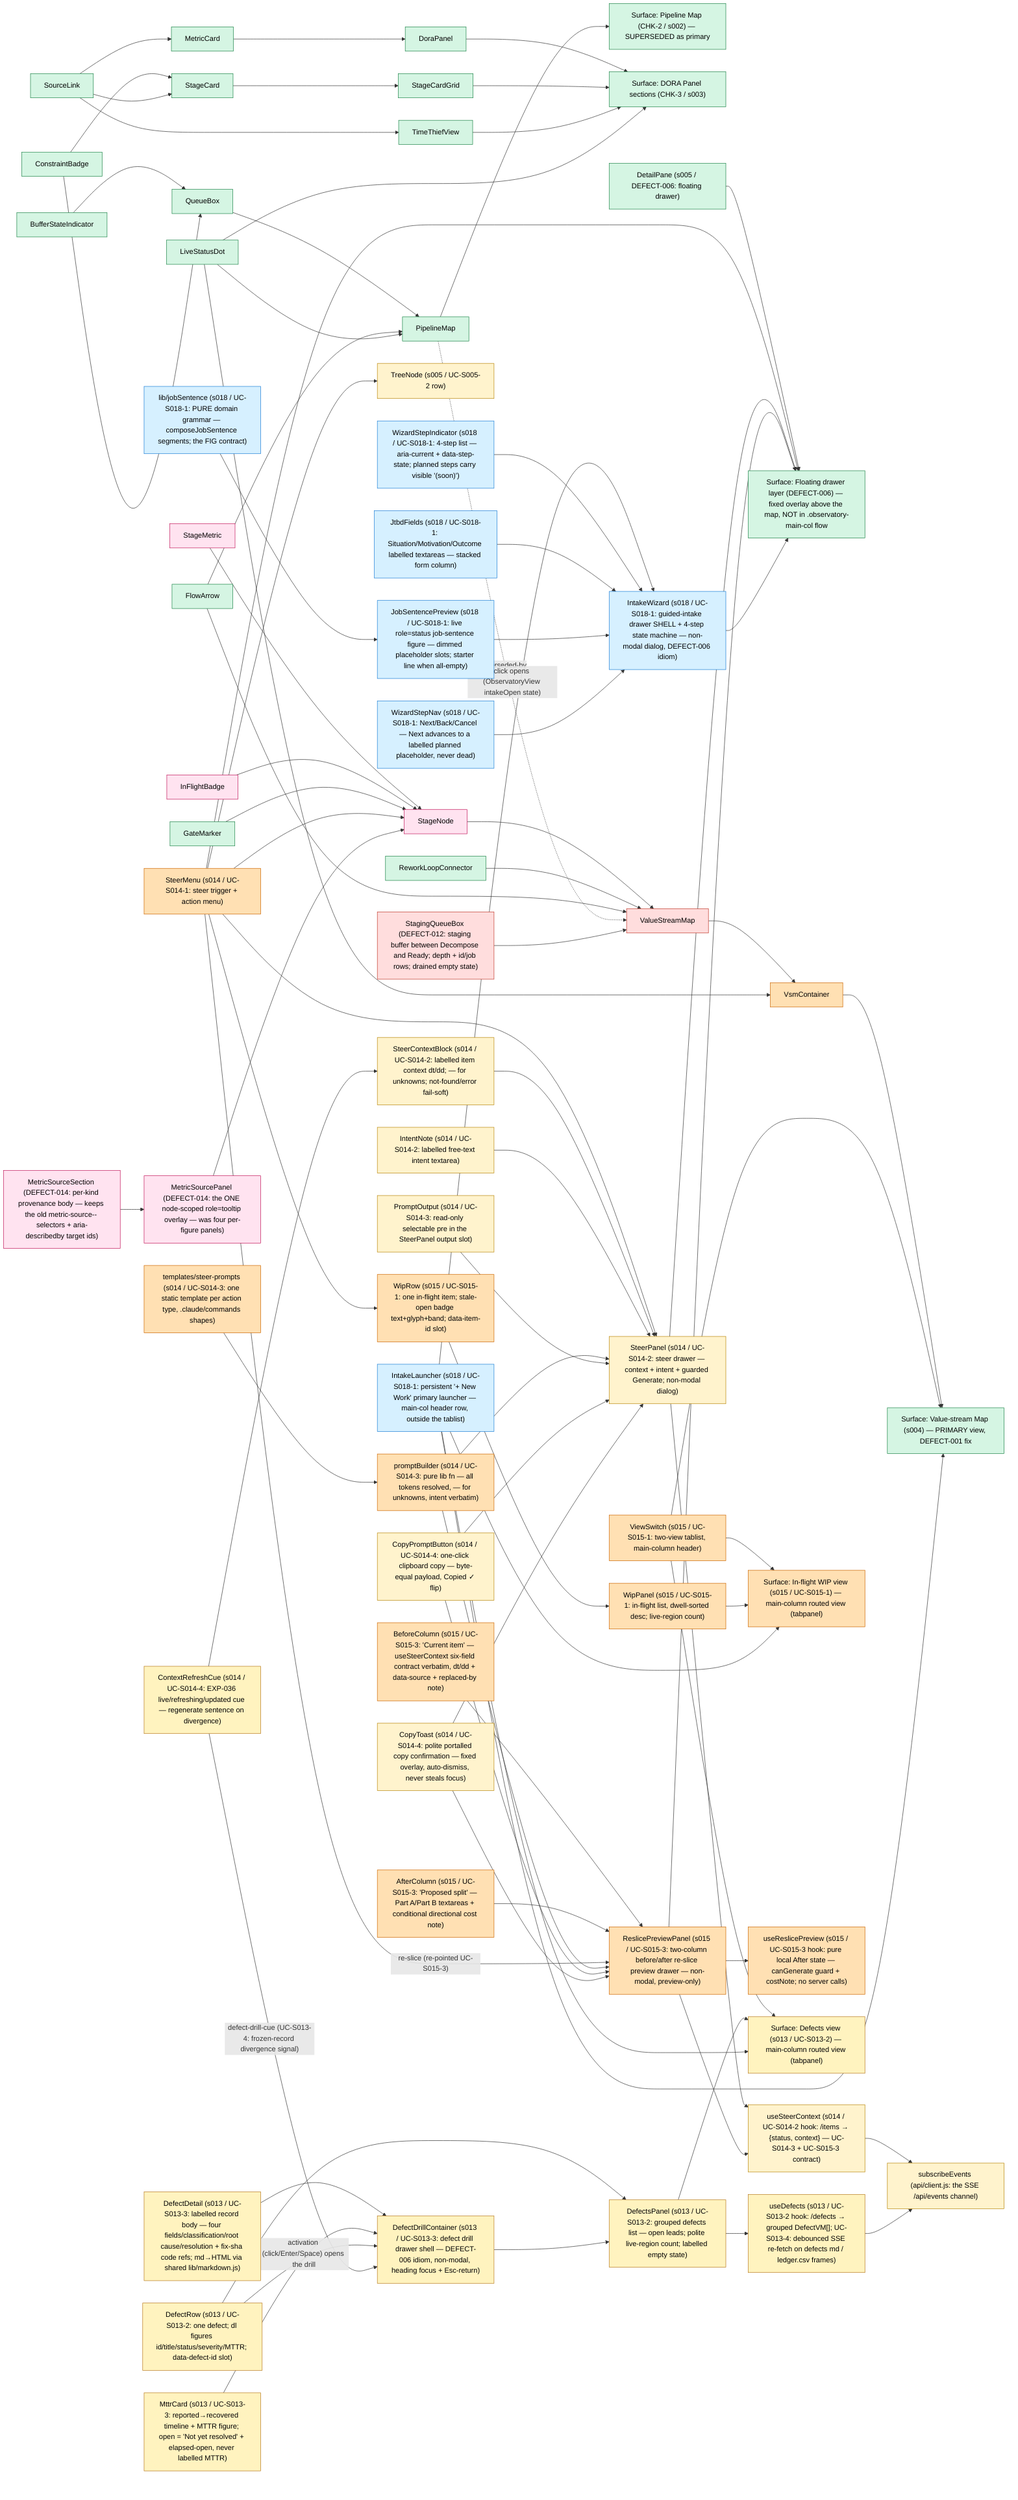
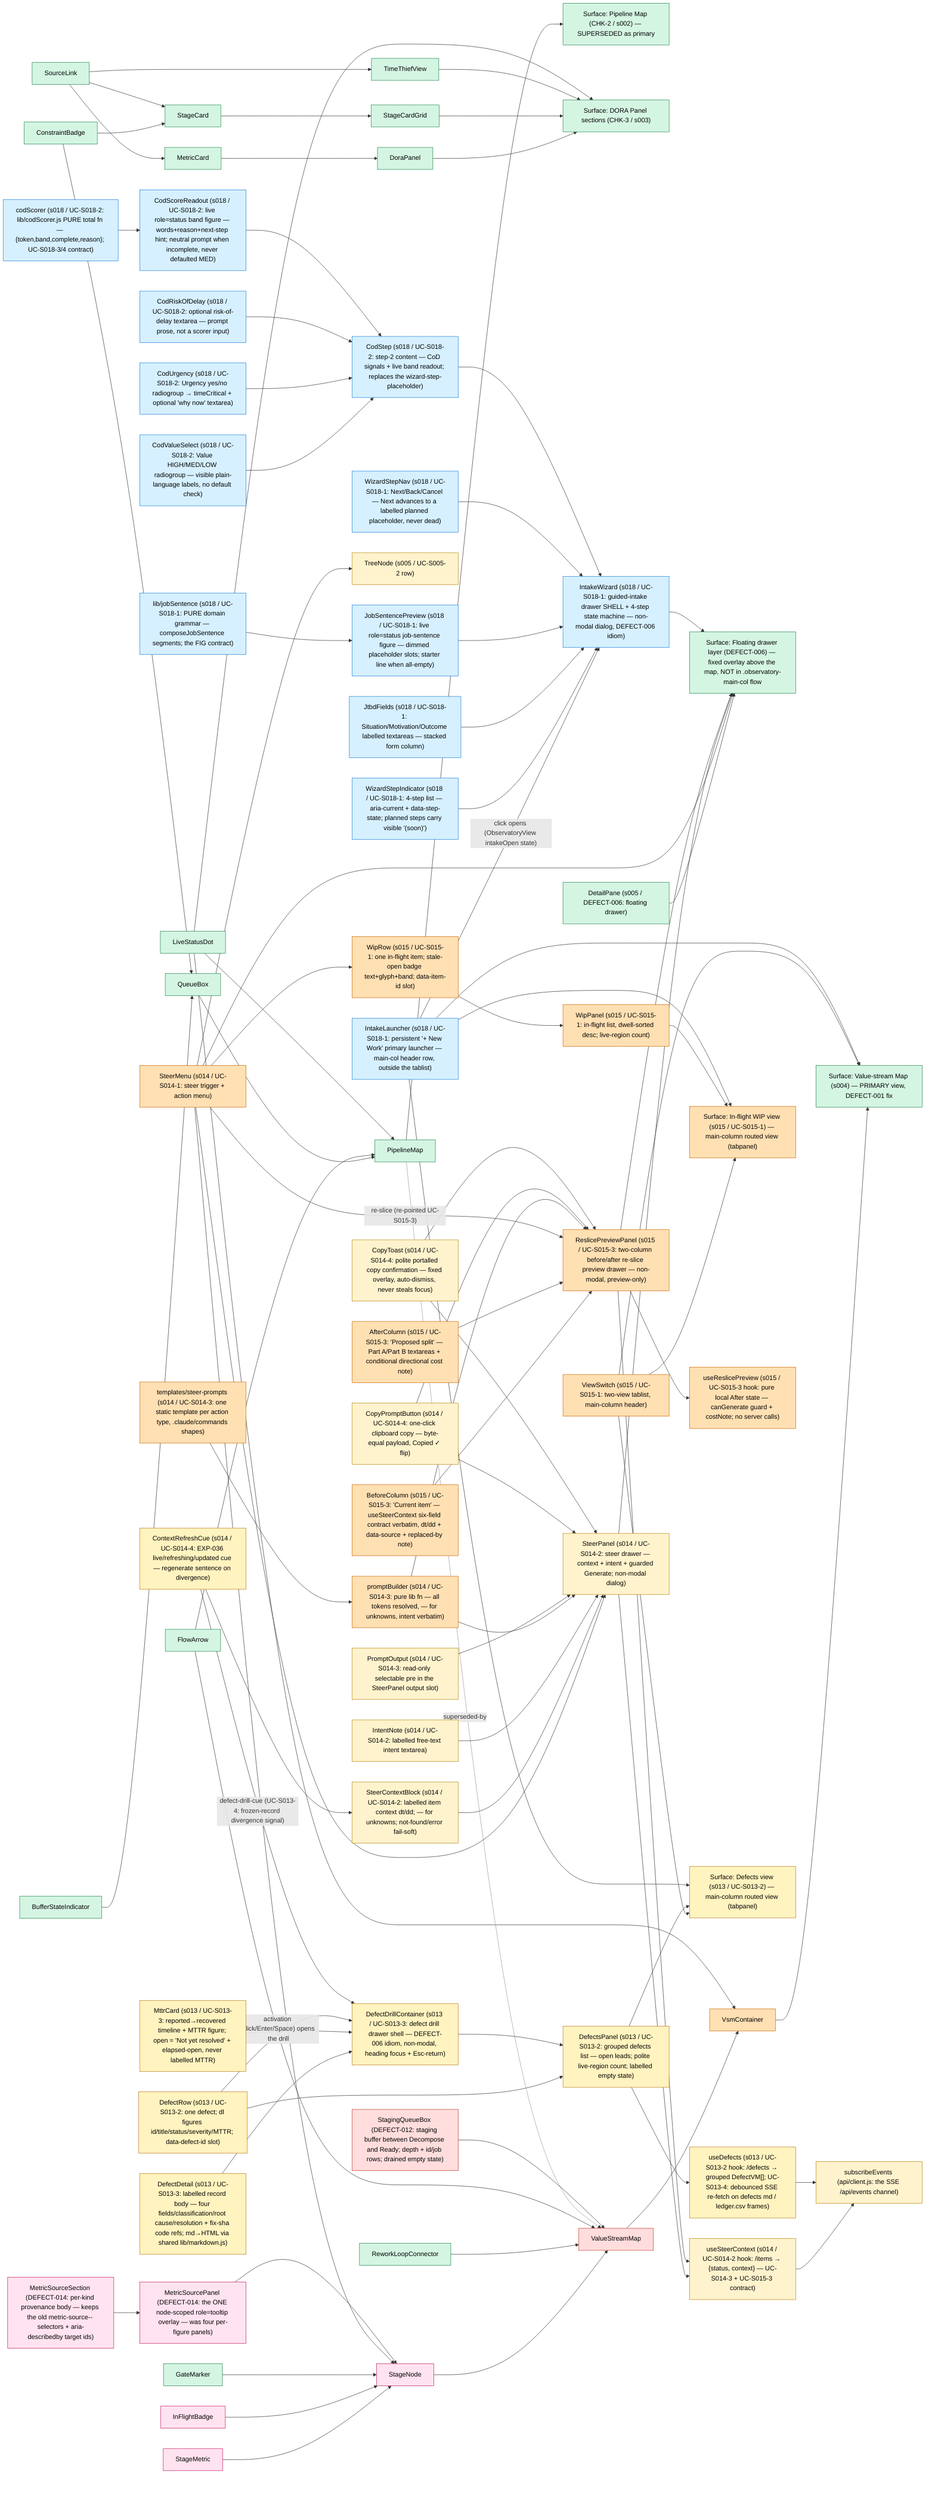
%% Observatory UI change-impact model — design-system components -> surfaces that use them.
%% Owner: ui-designer. Edges = "used by". Nodes/edges added or re-pointed in a commit
%% are marked `class ... changed` in the SAME commit; the tester consumes the marks
%% as the UI test-plan input, then they are cleared at slice delivery.
%% Seeded: s002-pipeline-map (CHK-2) — DELIVERED 2026-06-09T02:22:00Z; all nodes stable.
graph LR
  %% --- surfaces ---
  PipelineMapScreen["Surface: Pipeline Map (CHK-2 / s002) — SUPERSEDED as primary"]
  DoraPanelScreen["Surface: DORA Panel sections (CHK-3 / s003)"]
  ValueStreamScreen["Surface: Value-stream Map (s004) — PRIMARY view, DEFECT-001 fix"]
  ObservatoryDrawerLayer["Surface: Floating drawer layer (DEFECT-006) — fixed overlay above the map, NOT in .observatory-main-col flow"]

  %% --- design-system components ---
  PipelineMap["PipelineMap"]
  QueueBox["QueueBox"]
  BufferStateIndicator["BufferStateIndicator"]
  ConstraintBadge["ConstraintBadge"]
  FlowArrow["FlowArrow"]
  LiveStatusDot["LiveStatusDot"]
  DoraPanel["DoraPanel"]
  MetricCard["MetricCard"]
  StageCardGrid["StageCardGrid"]
  StageCard["StageCard"]
  TimeThiefView["TimeThiefView"]
  SourceLink["SourceLink"]
  %% s004 value-stream components (DEFECT-001 fix) — mounted as the PRIMARY view
  VsmContainer["VsmContainer"]
  ValueStreamMap["ValueStreamMap"]
  StageNode["StageNode"]
  StageMetric["StageMetric"]
  InFlightBadge["InFlightBadge"]
  GateMarker["GateMarker"]
  ReworkLoopConnector["ReworkLoopConnector"]

  %% --- used-by edges ---
  PipelineMap --> PipelineMapScreen
  QueueBox --> PipelineMap
  BufferStateIndicator --> QueueBox
  ConstraintBadge --> QueueBox
  FlowArrow --> PipelineMap
  LiveStatusDot --> PipelineMap
  %% CHK-3 (s003) used-by edges
  DoraPanel --> DoraPanelScreen
  StageCardGrid --> DoraPanelScreen
  TimeThiefView --> DoraPanelScreen
  MetricCard --> DoraPanel
  StageCard --> StageCardGrid
  ConstraintBadge --> StageCard
  SourceLink --> MetricCard
  SourceLink --> StageCard
  SourceLink --> TimeThiefView
  LiveStatusDot --> DoraPanelScreen
  %% s004 (DEFECT-001) used-by edges — the value-stream map becomes the primary surface.
  %% Runtime routing path: main.jsx mounts VsmContainer (NOT MapContainer) → ValueStreamMap.
  VsmContainer --> ValueStreamScreen
  ValueStreamMap --> VsmContainer
  StageNode --> ValueStreamMap
  StageMetric --> StageNode
  InFlightBadge --> StageNode
  GateMarker --> StageNode
  ReworkLoopConnector --> ValueStreamMap
  FlowArrow --> ValueStreamMap
  LiveStatusDot --> VsmContainer
  %% supersession: PipelineMap is no longer mounted as the primary view (still in tree, tested).
  PipelineMap -. superseded-by .-> ValueStreamMap

  %% DEFECT-006: DetailPane RE-POINTED — was an in-flow sibling of ValueStreamMap inside
  %% .observatory-main-col (reflowed the map); now a position:fixed floating drawer on its
  %% own overlay layer. The re-point is the regression-guard input for the tester (GEO-S005-3b).
  DetailPane["DetailPane (s005 / DEFECT-006: floating drawer)"]
  DetailPane --> ObservatoryDrawerLayer

  %% s014 / UC-S014-1: SteerMenu (NEW) — per-item steer trigger + body-portalled
  %% role=menu popover (4 action types). Composed READ-ONLY into the queue chips
  %% (StageNode) and the tree rows (TreeNode); onSteer(itemId, actionType) prop
  %% slot threads VsmContainer→ValueStreamMap→StageNode and WorkItemTree→TreeNode
  %% (no host logic change). The popover renders on the fixed-overlay layer
  %% (DEFECT-006 discipline) — zero flow height, own stacking context.
  %% NOTE for tester: trigger carries data-steer-item-id (NOT data-item-id — that
  %% stays the treeitem's unique selector); MetricSource reveal panels are now
  %% pointer-events:none so they cannot intercept clicks on the chips' triggers.
  TreeNode["TreeNode (s005 / UC-S005-2 row)"]
  SteerMenu["SteerMenu (s014 / UC-S014-1: steer trigger + action menu)"]
  SteerMenu --> StageNode
  SteerMenu --> TreeNode
  SteerMenu --> ObservatoryDrawerLayer

  %% s014 / UC-S014-2: SteerPanel (NEW) — the right-anchored NON-MODAL steer
  %% drawer the SteerMenu opens (DetailPane drawer IDIOM, not the component):
  %% position:fixed + portalled to document.body, z = --z-drawer + 1 (topmost
  %% over a co-open DetailPane). Regions: header → SteerContextBlock (labelled
  %% dt/dd context, data-source anchor) → IntentNote textarea → guarded
  %% "Generate prompt" (aria-disabled until ≥1 char) → UC-S014-3 output SLOT.
  %% Data: useSteerContext(itemId) fetches the EXISTING /items endpoint
  %% (READ-ONLY; no new route) → {status, context} — the contract UC-S014-3
  %% (promptBuilder) and UC-S015-3 (ReslicePreviewPanel) consume verbatim.
  %% RUNTIME ROUTING for the tester: ObservatoryView now OWNS the steer gesture
  %% — onSteer threads ObservatoryView→WorkItemTreeContainer→WorkItemTree→
  %% TreeNode→SteerMenu AND ObservatoryView→VsmContainer→ValueStreamMap→
  %% StageNode→SteerMenu (UC-S014-1's stub destination is now real); selection
  %% mounts SteerPanelContainer as a layout sibling (body-portalled overlay).
  %% Esc/×/Cancel close → focus RETURNS to the opening steer trigger.
  SteerPanel["SteerPanel (s014 / UC-S014-2: steer drawer — context + intent + guarded Generate; non-modal dialog)"]
  SteerContextBlock["SteerContextBlock (s014 / UC-S014-2: labelled item context dt/dd; — for unknowns; not-found/error fail-soft)"]
  IntentNote["IntentNote (s014 / UC-S014-2: labelled free-text intent textarea)"]
  UseSteerContext["useSteerContext (s014 / UC-S014-2 hook: /items → {status, context} — UC-S014-3 + UC-S015-3 contract)"]
  SteerMenu --> SteerPanel
  SteerPanel --> UseSteerContext
  SteerContextBlock --> SteerPanel
  IntentNote --> SteerPanel
  SteerPanel --> ObservatoryDrawerLayer

  %% s014 / UC-S014-3 THIS commit: promptBuilder (NEW) — PURE lib fn (steer
  %% action type + SteerContext + intent note → filled slash-command prompt;
  %% client-side only, NO server call on Generate). Templates are STATIC
  %% strings, one per action type, shapes matching the committed
  %% .claude/commands (/defect's four REAL fields expected/actual/intent/
  %% importance; /intake priority update; /slice-next re-slice; freeform
  %% custom). RUNTIME ROUTING for the tester: SteerPanelContainer (NOT
  %% ObservatoryView — untouched this UC) owns generation — panel onGenerate →
  %% buildPrompt → `prompt` prop → PromptOutput <pre> rendered INSIDE the
  %% UC-S014-2 reserved slot (prompt-output-slot). Output is SELECTABLE text
  %% (user-select: text); prompt carries item id WITH job sentence + operator
  %% intent VERBATIM, never raw row refs (no sourceRef path / row:N). Copy
  %% button/toast + SSE refresh are UC-S014-4 — pinned ABSENT by
  %% SteerPanelPrompt.test.jsx.
  PromptBuilder["promptBuilder (s014 / UC-S014-3: pure lib fn — all tokens resolved, — for unknowns, intent verbatim)"]
  SteerPromptTemplates["templates/steer-prompts (s014 / UC-S014-3: one static template per action type, .claude/commands shapes)"]
  PromptOutput["PromptOutput (s014 / UC-S014-3: read-only selectable pre in the SteerPanel output slot)"]
  PromptBuilder --> SteerPanel
  SteerPromptTemplates --> PromptBuilder
  PromptOutput --> SteerPanel

  %% s014 / UC-S014-4 THIS commit (part 1 — SSE seam): useSteerContext gains a
  %% DEBOUNCED subscribeEvents → in-place refresh (the useWipItems idiom): a
  %% relevant items.csv change frame re-fetches the context WITHOUT a loading
  %% reset (old context stays displayed; additive `refreshing` flag exposed for
  %% the ContextRefreshCue). Fail-soft without EventSource (jsdom → static).
  %% RUNTIME ROUTING for the tester: the refresh updates the CONTEXT BLOCK ONLY
  %% — prompt state lives in SteerPanelContainer and mutates exclusively on an
  %% explicit Generate press (PROMPT-FREEZE-1).
  SubscribeEvents["subscribeEvents (api/client.js: the SSE /api/events channel)"]
  UseSteerContext --> SubscribeEvents

  %% s014 / UC-S014-4 THIS commit (part 2 — copy + toast + cue; slice FINAL UC):
  %% CopyPromptButton (NEW) — one-click clipboard handoff INSIDE
  %% prompt-output-slot, AFTER the <pre> (tab order prompt → copy); copies the
  %% prompt prop BYTE-EQUAL to the displayed <pre> (PROMPT-COPY-1); label
  %% "Copy prompt" → "Copied ✓" (accessible name matches /copy/i in BOTH
  %% states); failed write shows NO success cue. CopyToast (NEW) — polite
  %% status region (role=status aria-live=polite), portalled to document.body
  %% + position:fixed (zero flow height — GEO-S014-4-1), auto-dismisses after
  %% --dur-toast (ONE new token), never takes focus. ContextRefreshCue (NEW) —
  %% the EXP-036 stale/live cue (LiveStatusDot idiom) on the context block:
  %% live/refreshing/updated; `updated` = "Context updated — regenerate to
  %% refresh the prompt" (the PROMPT-FREEZE-1 divergence signal; cue state is
  %% derived in SteerPanelContainer from `refreshing` + a context snapshot
  %% taken at the last Generate). RUNTIME ROUTING for the tester: SSE frame →
  %% useSteerContext refresh → context block re-renders IN PLACE; prompt state
  %% (SteerPanelContainer) is untouched — only an explicit Generate press
  %% rebuilds it. UC-S014-3's copy/toast ABSENT pins are FLIPPED in this
  %% commit (pin-flip ledger, ui-design.md UC-S014-4).
  CopyPromptButton["CopyPromptButton (s014 / UC-S014-4: one-click clipboard copy — byte-equal payload, Copied ✓ flip)"]
  CopyToast["CopyToast (s014 / UC-S014-4: polite portalled copy confirmation — fixed overlay, auto-dismiss, never steals focus)"]
  ContextRefreshCue["ContextRefreshCue (s014 / UC-S014-4: EXP-036 live/refreshing/updated cue — regenerate sentence on divergence)"]
  CopyPromptButton --> SteerPanel
  CopyToast --> SteerPanel
  ContextRefreshCue --> SteerContextBlock

  %% s015 / UC-S015-1: WIP navigation panel — ROUTED VIEW (EXP-016). ObservatoryView's
  %% main column gains a ViewSwitch tablist ("Pipeline" | "In-flight WIP") that swaps
  %% the column content between VsmContainer (default) and WipPanel. The two surfaces
  %% NEVER co-exist (inactive tabpanel is hidden AND empty → genuinely unmounted), so
  %% there is no overlay-reflow failure mode by construction (GEO-S015-1).
  %% RUNTIME ROUTING CHANGE for the tester: VsmContainer is now mounted CONDITIONALLY
  %% inside the pipeline tabpanel (was: unconditionally in .observatory-main-col) —
  %% GEO-S015-1 pins that switch-away-and-back restores a byte-identical VSM bbox.
  %% WipRow carries data-item-id — the composition slot UC-S015-2's SteerMenu reads.
  WipViewScreen["Surface: In-flight WIP view (s015 / UC-S015-1) — main-column routed view (tabpanel)"]
  ViewSwitch["ViewSwitch (s015 / UC-S015-1: two-view tablist, main-column header)"]
  WipPanel["WipPanel (s015 / UC-S015-1: in-flight list, dwell-sorted desc; live-region count)"]
  WipRow["WipRow (s015 / UC-S015-1: one in-flight item; stale-open badge text+glyph+band; data-item-id slot)"]
  ViewSwitch --> ValueStreamScreen
  ViewSwitch --> WipViewScreen
  WipPanel --> WipViewScreen
  WipRow --> WipPanel

  %% s015 / UC-S015-2 THIS commit: SteerMenu composed READ-ONLY into WipRow as the
  %% trailing row element (the TreeNode/StageNode idiom; trigger rides
  %% data-steer-item-id, the row keeps data-item-id unique). RUNTIME ROUTING for
  %% the tester: onSteer threads ObservatoryView→WipPanelContainer→WipPanel→
  %% WipRow→SteerMenu; ALL FOUR actions (incl. re-slice — explicit no-dead-end,
  %% interim until UC-S015-3 re-points that one branch) open the EXISTING
  %% SteerPanel with the item pre-loaded; close returns focus to the WIP-row trigger.
  SteerMenu --> WipRow

  %% s015 / UC-S015-3 THIS commit: ReslicePreviewPanel (NEW) — the two-column
  %% before/after re-slice preview drawer. SIBLING of SteerPanel in the SAME
  %% drawer family (steer-panel.css idiom REUSED: fixed + body-portalled +
  %% z-drawer+1, non-modal, focus move/return, Esc/×/Cancel) — style reuse,
  %% NOT component composition. Regions: h2 header → TWO-COLUMN body
  %% (BeforeColumn "Current item" = the useSteerContext six-field contract
  %% rendered VERBATIM, dt/dd + data-source | AfterColumn "Proposed split" =
  %% part-a-job/part-b-job textareas + directional cost note ONLY when both
  %% parts non-empty) → intent textarea → guarded "Looks right — generate
  %% prompt" (aria-disabled until ALL THREE fields non-empty) → reserved
  %% prompt-output-slot pinned EMPTY (prompt rendering is UC-S015-4).
  %% useReslicePreview (NEW hook) — PURE LOCAL After-state (no server calls).
  %% RUNTIME ROUTING CHANGE for the tester (RESLICE-DISPATCH-1): the
  %% ObservatoryView steer dispatch is RE-POINTED for ONE action —
  %% actionType==='re-slice' now mounts ReslicePreviewPanelContainer; the
  %% other three actions still mount SteerPanelContainer. Holds from EVERY
  %% SteerMenu origin (WIP row, tree row, VSM chip) — per-action, not
  %% per-origin. PREVIEW-ONLY: writes nothing; Generate's only output is the
  %% onGenerate({itemId, context, partAJob, partBJob, intentNote}) seam —
  %% UC-S015-4's verbatim input contract.
  ReslicePreviewPanel["ReslicePreviewPanel (s015 / UC-S015-3: two-column before/after re-slice preview drawer — non-modal, preview-only)"]
  BeforeColumn["BeforeColumn (s015 / UC-S015-3: 'Current item' — useSteerContext six-field contract verbatim, dt/dd + data-source + replaced-by note)"]
  AfterColumn["AfterColumn (s015 / UC-S015-3: 'Proposed split' — Part A/Part B textareas + conditional directional cost note)"]
  UseReslicePreview["useReslicePreview (s015 / UC-S015-3 hook: pure local After state — canGenerate guard + costNote; no server calls)"]
  BeforeColumn --> ReslicePreviewPanel
  AfterColumn --> ReslicePreviewPanel
  ReslicePreviewPanel --> UseSteerContext
  ReslicePreviewPanel --> UseReslicePreview
  ReslicePreviewPanel --> ObservatoryDrawerLayer
  %% the RE-POINTED dispatch edge: SteerMenu's re-slice action now lands here
  %% (the other three actions keep their SteerMenu --> SteerPanel adjacency).
  SteerMenu -- "re-slice (re-pointed UC-S015-3)" --> ReslicePreviewPanel

  %% s015 / UC-S015-4 THIS commit: the reserved prompt-output-slot is no longer
  %% pinned EMPTY — ReslicePreviewPanelContainer now OWNS prompt generation:
  %% on Generate it calls the ENRICHED buildPrompt('re-slice', context,
  %% intentNote, {partAJob, partBJob}) (PromptBuilder gained the optional 4th
  %% arg; templates/steer-prompts/re-slice.js gained the named
  %% RESLICE_SPLIT_TEMPLATE with {{part_a_job}}/{{part_b_job}} — the plain
  %% default export is byte-identical to s014, all 3-arg call sites unchanged)
  %% and renders the result into the slot via the s014 PromptOutput idiom
  %% (mono/40vh/selectable <pre>) with the DELIVERED CopyPromptButton +
  %% CopyToast REUSED (byte-equal clipboard, polite toast — not forked).
  %% PROMPT-FREEZE-1 inherited: prompt state lives in the container and
  %% mutates ONLY on an explicit Generate; SSE context refresh re-renders the
  %% Before column, never the prompt. NOTE for tester: the UC-S015-3 e2e pin
  %% "slot stays EMPTY after Generate" is FLIPPED (traceably, in
  %% reslice-preview.spec.js); content/GEO/copy pins live in
  %% e2e/reslice-prompt.spec.js + the REUSE_SERVER=1 real-data probe
  %% e2e/reslice-prompt-real-data.spec.js.
  PromptBuilder --> ReslicePreviewPanel
  CopyPromptButton --> ReslicePreviewPanel
  CopyToast --> ReslicePreviewPanel

  %% DEFECT-012: StagingQueueBox (NEW) — the staging buffer ("decomposed,
  %% awaiting triage") rendered INSIDE ValueStreamMap's queue lane BETWEEN the
  %% Decompose and Ready stage nodes, wrapped with two MiniArrows in the
  %% .staging-handoff flex item (replaces the old decompose→ready FlowArrow).
  %% Data: VsmContainer loads GET /queues/staging (getStagingQueue) and passes
  %% the {queue,depth,rows} envelope down; re-fetches on a staging.csv SSE frame.
  %% NOTE for tester: box is NOT focusable (A11Y-3 tab walk unchanged); testid
  %% staging-buffer (NOT stage-*); depth 0 renders an explicit drained state.
  StagingQueueBox["StagingQueueBox (DEFECT-012: staging buffer between Decompose and Ready; depth + id/job rows; drained empty state)"]
  StagingQueueBox --> ValueStreamMap

  %% s013 / UC-S013-2: Defects view — THIRD ROUTED VIEW in the main column.
  %% ViewSwitch (s015, EXTENDED — no fork: the TABS table grew to three; the
  %% active/onSelect contract is unchanged) now fans out to THREE view screens.
  %% DefectsPanel lists the /defects records grouped CONFIRMED-first then CLOSED
  %% (grouping/sort in useDefects — the panel is pure render); same hidden-AND-
  %% empty tabpanel discipline as the WIP view (GEO-S013-2-1: lossless switch).
  %% NOTE for tester: DefectRow carries data-defect-id (NOT data-item-id — that
  %% stays the tree/WIP unique contract) — the slot UC-S013-3's drill composes
  %% against. Open row cue = "OPEN" text + ⚠ glyph + --c-state-over band (never
  %% colour alone); ledger-only null severity renders "—"; open MTTR renders
  %% "open", never "0". Heading focus is a LAYOUT effect (sha 0c2b49c idiom —
  %% deterministic on mount, never racing a re-render).
  DefectsViewScreen["Surface: Defects view (s013 / UC-S013-2) — main-column routed view (tabpanel)"]
  DefectsPanel["DefectsPanel (s013 / UC-S013-2: grouped defects list — open leads; polite live-region count; labelled empty state)"]
  DefectRow["DefectRow (s013 / UC-S013-2: one defect; dl figures id/title/status/severity/MTTR; data-defect-id slot)"]
  ViewSwitch --> DefectsViewScreen
  DefectsPanel --> DefectsViewScreen
  DefectRow --> DefectsPanel

  %% s013 / UC-S013-3: defect drill-down + MTTR card. DefectDrillContainer is
  %% the THIRD consumer of the DEFECT-006 floating-drawer IDIOM (after
  %% DetailPane + SteerPanel) — position:fixed, body-portalled, drawer tokens,
  %% NON-modal; DetailPane.jsx itself NOT edited (item-coupled, read-only reuse
  %% slot shared with UC-S005-3). The drill is a PURE PROJECTION of the raw
  %% record the list hook already holds (record rides the DefectVM — no extra
  %% fetch, no server change). DefectDetail renders the seven md-bearing fields
  %% through the SHARED lib/markdown.js transform (mdToHtml FACTORED OUT of
  %% ArtifactView this commit — one markdown path in the codebase). MttrCard
  %% owns the duration humanisation (reuses formatMttr from useDefects);
  %% open state = "Not yet resolved" + elapsed figure NEVER labelled "MTTR".
  %% NOTE for tester: row trigger data-testid=defect-row-trigger (role=button,
  %% Enter+Space); data-defect-id continuity row → drawer; Esc/× returns focus
  %% to the originating row; GEO-S013-3-1 pure-overlay invariant.
  DefectDrillContainer["DefectDrillContainer (s013 / UC-S013-3: defect drill drawer shell — DEFECT-006 idiom, non-modal, heading focus + Esc-return)"]
  DefectDetail["DefectDetail (s013 / UC-S013-3: labelled record body — four fields/classification/root cause/resolution + fix-sha code refs; md→HTML via shared lib/markdown.js)"]
  MttrCard["MttrCard (s013 / UC-S013-3: reported→recovered timeline + MTTR figure; open = 'Not yet resolved' + elapsed-open, never labelled MTTR)"]
  DefectDetail --> DefectDrillContainer
  MttrCard --> DefectDrillContainer
  DefectRow -->|"activation (click/Enter/Space) opens the drill"| DefectDrillContainer
  DefectDrillContainer --> DefectsPanel

  %% s013 / UC-S013-4 THIS commit — SSE live refresh for the defects view
  %% (slice FINAL UC). UseDefects (the UC-S013-2 hook, now surfaced as a node —
  %% the SSE seam must be visible) gains the useWipItems DEBOUNCED
  %% subscribeEvents → in-place refresh; RELEVANT frames are defects/*.md AND
  %% ledger.csv (MTTR is a ledger join), unlike the items.csv-only steer hook.
  %% Refresh is IN-PLACE (no remount/loading flash; the polite count line in
  %% DefectsPanel is the announce slot). DRILL FREEZE (EXP-036, the
  %% PROMPT-FREEZE idiom): DefectsPanelContainer snapshots {id,record} at
  %% activation; on divergence the open drawer stays FROZEN and a
  %% ContextRefreshCue (SECOND consumer — testId/wording now injectable,
  %% steer defaults byte-identical) flips to 'updated' ("Record updated —
  %% re-open to refresh"); content refreshes only on explicit row
  %% re-activation; a refresh that DROPS the selected id closes the drill
  %% gracefully. RUNTIME ROUTING for the tester: SSE frame → useDefects
  %% re-fetch → list + count line update live; open drawer NEVER silently
  %% mutates (defect-drill-cue is the divergence signal).
  UseDefects["useDefects (s013 / UC-S013-2 hook: /defects → grouped DefectVM[]; UC-S013-4: debounced SSE re-fetch on defects md / ledger.csv frames)"]
  DefectsPanel --> UseDefects
  UseDefects --> SubscribeEvents
  ContextRefreshCue -->|"defect-drill-cue (UC-S013-4: frozen-record divergence signal)"| DefectDrillContainer

  %% s018 / UC-S018-1 THIS commit: guided cost-of-delay intake — wizard SHELL +
  %% JTBD step 1. IntakeLauncher (NEW) is a persistent primary button in the
  %% .observatory-main-col header ROW beside the ViewSwitch tablist (OUTSIDE
  %% role=tablist; the tablist keeps its pre-s018 left-anchored bbox — the
  %% launcher rides margin-left:auto on the RIGHT, a deliberate GEO-S018-1-3
  %% resolution of the ui-design left/right freedom). Persistent across ALL
  %% THREE routed views (it lives in the header, not a tabpanel). IntakeWizard
  %% (NEW) is the FIFTH consumer of the DEFECT-006 drawer idiom (css idiom
  %% reuse, NOT component composition): body-portalled fixed NON-modal dialog,
  %% z-drawer+1, --wizard-width (the ONE new token). It OWNS the 4-step state
  %% machine (the UC-S018-2/3/4 mount seam); step 1 built (JtbdFields three
  %% labelled textareas + JobSentencePreview role=status live figure fed by
  %% the PURE lib/jobSentence.js grammar — never "undefined"; all-empty →
  %% starter line); steps 2-4 planned-not-dead (Next → labelled
  %% wizard-step-placeholder, Back preserves the draft). NO-WRITE: step 1
  %% issues ZERO network calls of any kind (first read lands in UC-S018-3).
  %% RUNTIME ROUTING for the tester: ObservatoryView delta is MINIMAL — one
  %% intakeOpen useState + a header row wrapping [ViewSwitch][IntakeLauncher] +
  %% one conditional IntakeWizard drawer sibling; the view union / TABS /
  %% tabpanels are UNTOUCHED (pinned by ObservatoryViewIntake.test.jsx).
  %% Esc/×/Cancel close → focus returns to the launcher; heading focus on open.
  IntakeLauncher["IntakeLauncher (s018 / UC-S018-1: persistent '+ New Work' primary launcher — main-col header row, outside the tablist)"]
  IntakeWizard["IntakeWizard (s018 / UC-S018-1: guided-intake drawer SHELL + 4-step state machine — non-modal dialog, DEFECT-006 idiom)"]
  WizardStepIndicator["WizardStepIndicator (s018 / UC-S018-1: 4-step list — aria-current + data-step-state; planned steps carry visible '(soon)')"]
  JtbdFields["JtbdFields (s018 / UC-S018-1: Situation/Motivation/Outcome labelled textareas — stacked form column)"]
  JobSentencePreview["JobSentencePreview (s018 / UC-S018-1: live role=status job-sentence figure — dimmed placeholder slots; starter line when all-empty)"]
  WizardStepNav["WizardStepNav (s018 / UC-S018-1: Next/Back/Cancel — Next advances to a labelled planned placeholder, never dead)"]
  JobSentenceLib["lib/jobSentence (s018 / UC-S018-1: PURE domain grammar — composeJobSentence segments; the FIG contract)"]
  IntakeLauncher --> ValueStreamScreen
  IntakeLauncher --> WipViewScreen
  IntakeLauncher --> DefectsViewScreen
  IntakeLauncher -- "click opens (ObservatoryView intakeOpen state)" --> IntakeWizard
  IntakeWizard --> ObservatoryDrawerLayer
  WizardStepIndicator --> IntakeWizard
  JtbdFields --> IntakeWizard
  JobSentencePreview --> IntakeWizard
  WizardStepNav --> IntakeWizard
  JobSentenceLib --> JobSentencePreview
+ 
+   %% s018 / UC-S018-2 THIS commit: the real CoD signals step + value-token scorer.
+   %% CodStep (NEW) REPLACES the step-2 wizard-step-placeholder — it is the content
+   %% IntakeWizard mounts when currentStep === 2 (the shell's existing mount seam;
+   %% the shell's step machine / indicator / nav / drawer / de-emphasis rule are
+   %% UNTOUCHED and MUST NOT regress — A11Y-S018-2-11 re-asserts the inherited e2e
+   %% a11y pin). CodValueSelect (NEW) = native fieldset/legend "Value" + three
+   %% radios with VISIBLE plain-language labels (NOT a select — that hides the
+   %% descriptions, +1 click, bare-token FIG violation); no default check (unset
+   %% signal is real). CodUrgency (NEW) = a yes/no radiogroup (the scorer's
+   %% timeCritical input) + an optional "why now" textarea. CodRiskOfDelay (NEW) =
+   %% one optional labelled textarea (prompt prose, NOT a scorer input this slice).
+   %% CodScoreReadout (NEW) = the live role=status band figure: band AS WORDS +
+   %% reason + a next-step hint when complete; a NEUTRAL prompt (never a defaulted
+   %% MED/0/blank) when inputs are incomplete (FIG empty≠score). codScorer (NEW,
+   %% lib/codScorer.js) = the PURE total deterministic value-token fn
+   %% scoreCod({value,timeCritical}) -> {token,band,complete,reason} — (HIGH&true)
+   %% →HIGH, (LOW&false)→LOW, every other CHOSEN combo→MED, incomplete→null (NOT
+   %% MED). Output is the UC-S018-3 (useQueueRank reads `token`) + UC-S018-4
+   %% (prompt "value: … reasoning" reads `reason`) contract; `band` is kept
+   %% separate from `token` so a future graded WSJF/CD3 score can widen without
+   %% breaking consumers. NO-WRITE: step 2 issues ZERO network calls of any kind;
+   %% the scorer is pure client-side (first read still lands in UC-S018-3).
+   %% RUNTIME ROUTING for the tester: IntakeWizard lifts the CoD field state
+   %% (alongside the JTBD draft) and calls scoreCod, passing the CodScore down to
+   %% CodStep (pure render); the step swap is an INTERNAL content change inside
+   %% the fixed drawer — GEO-S018-2-1 pins zero external reflow.
+   CodStep["CodStep (s018 / UC-S018-2: step-2 content — CoD signals + live band readout; replaces the wizard-step-placeholder)"]
+   CodValueSelect["CodValueSelect (s018 / UC-S018-2: Value HIGH/MED/LOW radiogroup — visible plain-language labels, no default check)"]
+   CodUrgency["CodUrgency (s018 / UC-S018-2: Urgency yes/no radiogroup → timeCritical + optional 'why now' textarea)"]
+   CodRiskOfDelay["CodRiskOfDelay (s018 / UC-S018-2: optional risk-of-delay textarea — prompt prose, not a scorer input)"]
+   CodScoreReadout["CodScoreReadout (s018 / UC-S018-2: live role=status band figure — words+reason+next-step hint; neutral prompt when incomplete, never defaulted MED)"]
+   CodScorer["codScorer (s018 / UC-S018-2: lib/codScorer.js PURE total fn — {token,band,complete,reason}; UC-S018-3/4 contract)"]
+   CodStep --> IntakeWizard
+   CodValueSelect --> CodStep
+   CodUrgency --> CodStep
+   CodRiskOfDelay --> CodStep
+   CodScoreReadout --> CodStep
+   CodScorer --> CodScoreReadout

  classDef delivered fill:#d5f5e3,stroke:#1e8449,color:#000;
  %% CHK-3 (s003) DROPPED — scope absorbed into CHK-2 restated done-condition (s004 delivered).
  %% s004 DELIVERED 2026-06-10T11:00:00Z — CHK-2 done-condition MET.
  %% DEFECT-006 FIXED — DetailPane floating-drawer re-point delivered as part of s005 (CHK-4 done 2026-06-10T19:00:00Z).
  %% All of the above: s003-changed, s004changed, defect006changed marks cleared at their delivery.
  %% (ValueStreamMap moved to def012changed below — DEFECT-012 queue-lane re-route.)
  %% (StageMetric/InFlightBadge moved to def014changed below — per-figure
  %% MetricSource render removed, aria-describedby now targets the shared panel's sections.)
  class PipelineMapScreen,PipelineMap,QueueBox,BufferStateIndicator,ConstraintBadge,FlowArrow,LiveStatusDot,DoraPanelScreen,DoraPanel,MetricCard,StageCardGrid,StageCard,TimeThiefView,SourceLink,ValueStreamScreen,VsmContainer,GateMarker,ReworkLoopConnector,DetailPane,ObservatoryDrawerLayer delivered;
  %% s014 still in-flight: UC-S014-1+2 done but UC-S014-3/4 planned; SteerMenu+StageNode+TreeNode
  %% remain in blast radius for the remaining s014 UCs (prompt builder, clipboard/SSE).
  %% UC-S014-2 THIS commit: SteerPanel/SteerContextBlock/IntentNote/useSteerContext added;
  %% SteerMenu→SteerPanel edge made real (onSteer now opens the panel — ObservatoryView +
  %% WorkItemTreeContainer carry the pass-through). Tester UI test-plan input.
  %% Convention: s014changed cleared only at full s014 slice delivery after tester final sign-off.
  classDef s014changed fill:#fff3cd,stroke:#b8860b,color:#000;
  %% UC-S014-3 THIS commit: PromptBuilder/SteerPromptTemplates/PromptOutput added;
  %% SteerPanel + its container gained the prompt prop + generation wiring
  %% (ObservatoryView untouched). Tester UI test-plan input.
  %% UC-S014-4 part 1: SubscribeEvents node + UseSteerContext --> SubscribeEvents
  %% edge added (debounced SSE in-place refresh). Part 2: CopyPromptButton/
  %% CopyToast/ContextRefreshCue added (copy handoff + EXP-036 cue); SteerPanel
  %% gained toast state + refreshCue prop; SteerPanelContainer gained the
  %% PROMPT-FREEZE-1 snapshot + cue derivation. Tester UI test-plan input.
  %% UC-S015-4: PromptBuilder + SteerPromptTemplates MOVED to s015changed below
  %% (s014 delivered 2026-06-12T15:33Z; the re-slice template/builder extension
  %% is s015's change — tester test-plan input for THIS slice).
  %% (StageNode moved to def014changed below — s014 delivered 2026-06-12T15:33Z;
  %% the composite source-panel reshape is DEF-014's change.)
  %% (ContextRefreshCue moved to s013changed below — s014 delivered
  %% 2026-06-12T15:33Z; the additive testId/wording overrides are UC-S013-4's
  %% change — second consumer, steer defaults byte-identical.)
  class SteerMenu,TreeNode,SteerPanel,SteerContextBlock,IntentNote,UseSteerContext,PromptOutput,SubscribeEvents,CopyPromptButton,CopyToast s014changed;
  %% s015 / UC-S015-1 nodes added + VsmContainer re-pointed (conditional
  %% mount inside the pipeline tabpanel); UC-S015-2 adds the SteerMenu --> WipRow
  %% edge (trailing steer composition; SteerMenu joins the s015 blast radius —
  %% it keeps its s014changed mark, s014 still in flight, but the WipRow hosting
  %% edge is s015's). Tester UI test-plan input; cleared at s015 delivery after
  %% the tester consumes.
  classDef s015changed fill:#ffe0b3,stroke:#cc6600,color:#000;
  class WipViewScreen,ViewSwitch,WipPanel,WipRow,VsmContainer,SteerMenu s015changed;
  %% DEFECT-012 — StagingQueueBox added + ValueStreamMap queue lane re-routed
  %% (decompose→staging→ready connectors); cleared at delivery after the tester consumes.
  classDef def012changed fill:#fdd,stroke:#c0392b,color:#000;
  class StagingQueueBox,ValueStreamMap def012changed;
  %% s013 / UC-S013-2 — DefectsViewScreen/DefectsPanel/DefectRow added THIS commit;
  %% ViewSwitch EXTENDED to three tabs in the same commit (it keeps its s015changed
  %% mark — s015 is still in flight — but it IS in the s013 blast radius too: the
  %% ViewSwitch --> DefectsViewScreen edge above is s013's). Tester UI test-plan
  %% input; cleared at s013 delivery after the tester consumes.
  classDef s013changed fill:#fff3bf,stroke:#b7791f,color:#000;
  %% UC-S013-3 THIS commit — DefectDrillContainer/DefectDetail/MttrCard added;
  %% DefectRow activation edge wired (the reserved drill slot). Tester UI
  %% test-plan input; cleared at s013 delivery after the tester consumes.
  %% UC-S013-4 THIS commit — UseDefects node surfaced + UseDefects -->
  %% SubscribeEvents edge (debounced SSE in-place refresh, defects md +
  %% ledger.csv frames); DefectsPanelContainer gained the activation-snapshot
  %% freeze (EXP-036); ContextRefreshCue gained additive testId/wording
  %% overrides (second consumer: defect-drill-cue) and joins the s013 blast
  %% radius. Tester UI test-plan input; cleared at s013 delivery after the
  %% tester consumes.
  class DefectsViewScreen,DefectsPanel,DefectRow,DefectDrillContainer,DefectDetail,MttrCard,UseDefects,ContextRefreshCue s013changed;
  %% s015 / UC-S015-3 THIS commit — ReslicePreviewPanel/BeforeColumn/AfterColumn/
  %% UseReslicePreview added; the ObservatoryView re-slice dispatch branch
  %% RE-POINTED to ReslicePreviewPanel (SteerMenu -- re-slice --> ReslicePreviewPanel;
  %% the other three actions keep SteerMenu --> SteerPanel). UseSteerContext is in
  %% the UC-S015-3 blast radius too (Before-column reuse; it keeps its s014changed
  %% mark — s014 still in flight). Tester UI test-plan input; cleared at s015
  %% delivery after the tester consumes. (Separate class statement so parallel
  %% UC commits do not collide on one line.)
  class ReslicePreviewPanel,BeforeColumn,AfterColumn,UseReslicePreview s015changed;
  %% s015 / UC-S015-4 THIS commit — PromptBuilder EXTENDED (optional 4th arg
  %% {partAJob,partBJob}; re-slice picks the enriched template when a part is
  %% non-empty) + SteerPromptTemplates EXTENDED (named RESLICE_SPLIT_TEMPLATE;
  %% default export byte-identical to s014). Both MOVED out of s014changed
  %% (s014 delivered) into the s015 blast radius. ReslicePreviewPanel gained
  %% the prompt prop + slot rendering + copy/toast wiring; its container owns
  %% generation + PROMPT-FREEZE. New edges: PromptBuilder/CopyPromptButton/
  %% CopyToast --> ReslicePreviewPanel. Tester UI test-plan input; cleared at
  %% s015 delivery after the tester consumes. (Separate class statement so
  %% parallel UC commits do not collide on one line.)
  class PromptBuilder,SteerPromptTemplates s015changed;
  %% s018 / UC-S018-1 THIS commit — IntakeLauncher/IntakeWizard/
  %% WizardStepIndicator/JtbdFields/JobSentencePreview/WizardStepNav/
  %% JobSentenceLib added (see the s018 block above for the runtime routing).
  %% Tester UI test-plan input; cleared at s018 delivery after the tester
  %% consumes. (Separate class statement — parallel UC commits do not collide.)
  classDef s018changed fill:#d6f0ff,stroke:#1c7ed6,color:#000;
  class IntakeLauncher,IntakeWizard,WizardStepIndicator,JtbdFields,JobSentencePreview,WizardStepNav,JobSentenceLib s018changed;
+   %% s018 / UC-S018-2 THIS commit — CodStep/CodValueSelect/CodUrgency/
+   %% CodRiskOfDelay/CodScoreReadout/CodScorer added; CodStep --> IntakeWizard is
+   %% the mount-seam edge (replaces the step-2 placeholder). IntakeWizard itself
+   %% keeps its s018changed mark (still in flight) but gains the lifted CoD state
+   %% + scoreCod call — it is in the UC-S018-2 blast radius too. Tester UI
+   %% test-plan input; cleared at s018 delivery after the tester consumes.
+   %% (Separate class statement so parallel UC commits do not collide on one line.)
+   class CodStep,CodValueSelect,CodUrgency,CodRiskOfDelay,CodScoreReadout,CodScorer s018changed;

  %% DEFECT-014 THIS commit — node hover/focus+Enter used to open FOUR per-figure
  %% MetricSource panels in an overlapping stack; ui-designer ruling (b): ONE
  %% node-scoped composite panel with the four metrics SECTIONED. MetricSource.jsx
  %% split into MetricSourcePanel (role=tooltip container, hidden from node `open`,
  %% data-testid="metric-source-<stage>", pointer-events:none) + MetricSourceSection
  %% (the old per-kind body; KEEPS data-testid="metric-source-<stage>-<kind>" and
  %% the src-<stage>-<kind> id the metric values' aria-describedby points at).
  %% EDGES REDIRECTED: StageMetric/InFlightBadge/QueueDepth --> MetricSource removed
  %% (per-figure render gone); StageNode --> MetricSourcePanel added (one per node,
  %% sibling of the figures list). Interaction state (hover/Enter/Space open;
  %% Esc/leave/blur close; data-source-open attr) UNCHANGED at node level.
  %% Tester selectors: metric-source-<stage> = the one panel; per-kind section,
  %% source-file/source-event/summary selectors all unchanged. Tester UI
  %% test-plan input; cleared at DEF-014 closure after the tester consumes.
  MetricSourcePanel["MetricSourcePanel (DEFECT-014: the ONE node-scoped role=tooltip overlay — was four per-figure panels)"]
  MetricSourceSection["MetricSourceSection (DEFECT-014: per-kind provenance body — keeps the old metric-source-<stage>-<kind> selectors + aria-describedby target ids)"]
  MetricSourcePanel --> StageNode
  MetricSourceSection --> MetricSourcePanel
  classDef def014changed fill:#ffe3f0,stroke:#c2185b,color:#000;
  class StageNode,StageMetric,InFlightBadge,MetricSourcePanel,MetricSourceSection def014changed;
